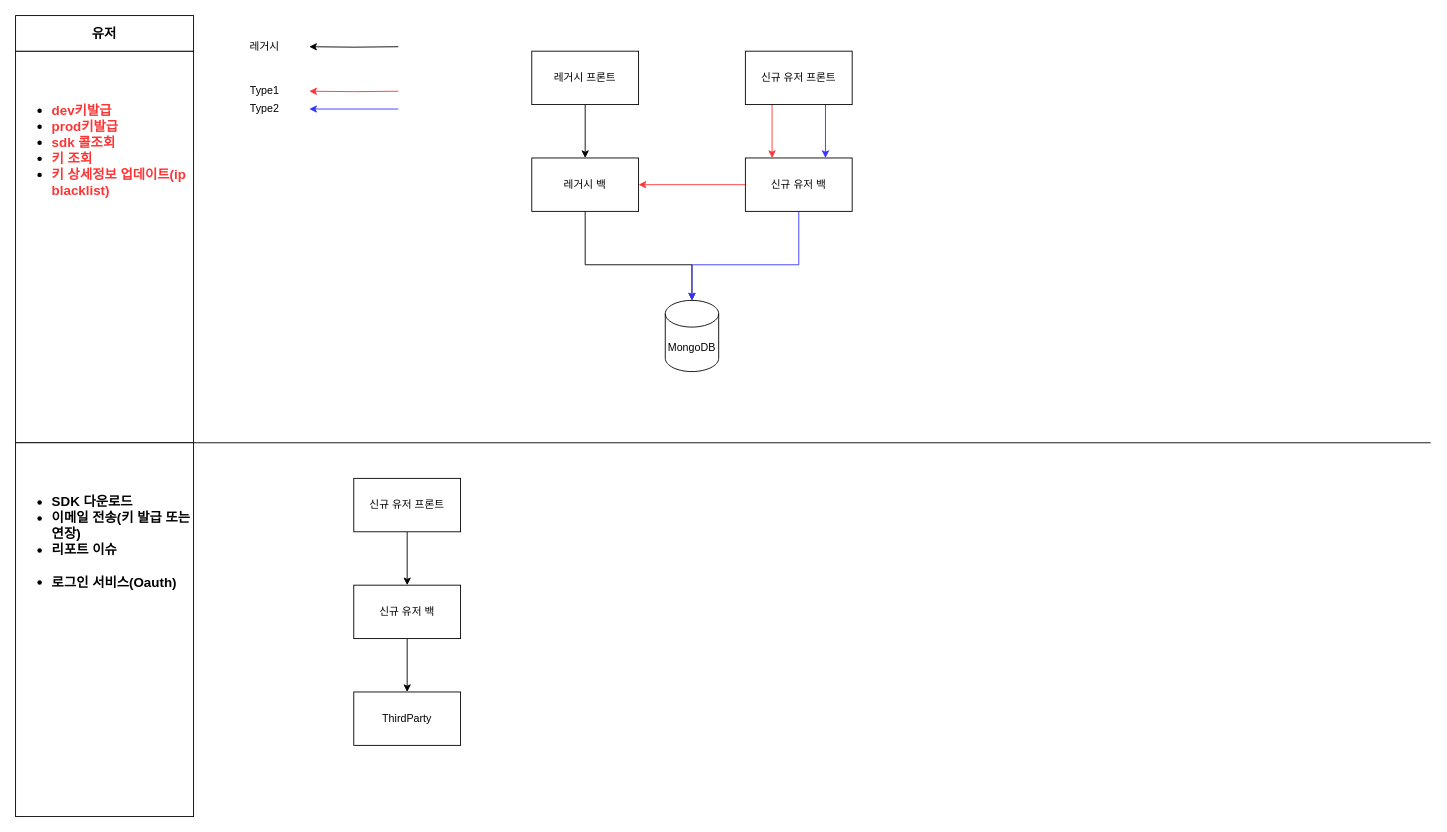
Before: Untitled Diagram.drawio in code-xhyun/draw.io, a draw.io diagram. Source tidied: cells renumbered, new cells numbered last; positions are measured from the earlier drawing's top-left corner, leaving out a move shared by most shapes. Both pictures are drawn from the tidied source at 89%, with x=0, y=0 at pixel (15, 15).
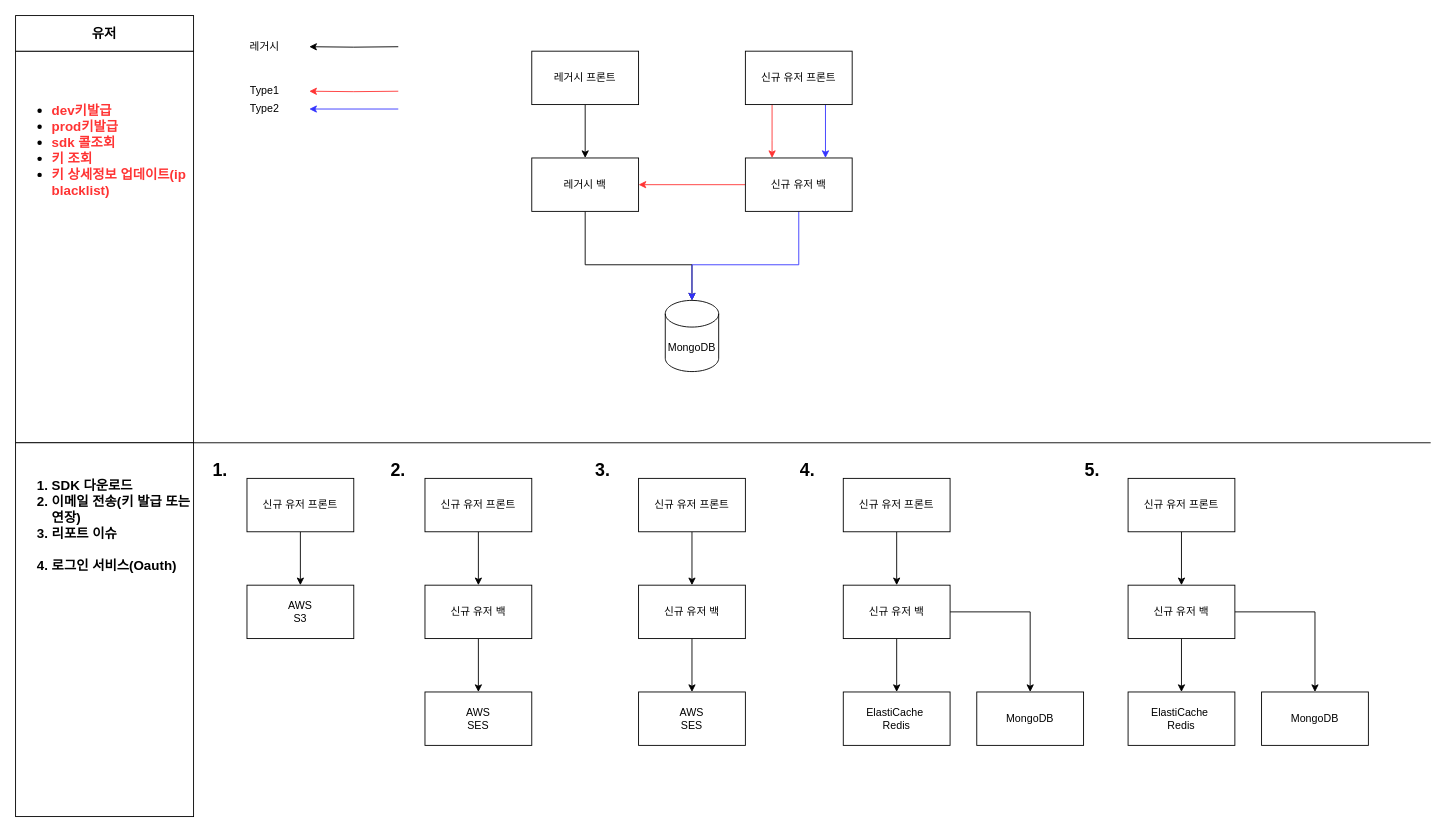
Above is the later version.

Diff of the diagram source:
```diff
@@
-    <mxCell id="14" value="&lt;div style=&quot;text-align: left ; font-size: 15px&quot;&gt;&lt;br class=&quot;Apple-interchange-newline&quot; style=&quot;font-size: 15px&quot;&gt;&lt;br style=&quot;font-size: 15px&quot;&gt;&lt;/div&gt;&lt;div style=&quot;text-align: left ; font-size: 15px&quot;&gt;&lt;ul style=&quot;font-size: 15px&quot;&gt;&lt;li style=&quot;font-size: 15px&quot;&gt;SDK 다운로드&lt;/li&gt;&lt;li style=&quot;font-size: 15px&quot;&gt;이메일 전송(키 발급 또는 연장)&lt;/li&gt;&lt;li style=&quot;font-size: 15px&quot;&gt;리포트 이슈&lt;br&gt;&lt;br&gt;&lt;/li&gt;&lt;li style=&quot;font-size: 15px&quot;&gt;로그인 서비스(Oauth)&lt;/li&gt;&lt;/ul&gt;&lt;/div&gt;" style="text;html=1;align=center;verticalAlign=top;whiteSpace=wrap;rounded=0;strokeColor=#000000;fillColor=#ffffff;fontStyle=1;fontSize=15;" parent="1" vertex="1">
+    <mxCell id="14" value="&lt;div style=&quot;text-align: left ; font-size: 15px&quot;&gt;&lt;div&gt;&lt;br&gt;&lt;/div&gt;&lt;/div&gt;&lt;div style=&quot;text-align: left ; font-size: 15px&quot;&gt;&lt;ol&gt;&lt;li style=&quot;font-size: 15px&quot;&gt;SDK 다운로드&lt;/li&gt;&lt;li style=&quot;font-size: 15px&quot;&gt;이메일 전송(키 발급 또는 연장)&lt;/li&gt;&lt;li style=&quot;font-size: 15px&quot;&gt;리포트 이슈&lt;br&gt;&lt;br&gt;&lt;/li&gt;&lt;li&gt;로그인 서비스(Oauth)&lt;/li&gt;&lt;/ol&gt;&lt;/div&gt;" style="text;html=1;align=center;verticalAlign=top;whiteSpace=wrap;rounded=0;strokeColor=#000000;fillColor=#ffffff;fontStyle=1;fontSize=15;" parent="1" vertex="1">
       <mxGeometry y="480" width="200" height="420" as="geometry" />
     </mxCell>
@@
-    <mxCell id="24" style="edgeStyle=orthogonalEdgeStyle;rounded=0;jettySize=auto;html=1;entryX=0.5;entryY=0;entryDx=0;entryDy=0;fontSize=15;strokeColor=#000000;" parent="1" edge="1" source="25" target="27">
-      <mxGeometry relative="1" as="geometry" />
-    </mxCell>
+    <mxCell id="29" style="edgeStyle=orthogonalEdgeStyle;rounded=0;jettySize=auto;html=1;" parent="1" edge="1" source="25" target="28">
+      <mxGeometry relative="1" as="geometry" />
+    </mxCell>
     <mxCell id="25" value="신규 유저 프론트" style="rounded=0;whiteSpace=wrap;html=1;" parent="1" vertex="1">
-      <mxGeometry x="380" y="520" width="120" height="60" as="geometry" />
+      <mxGeometry x="260" y="520" width="120" height="60" as="geometry" />
     </mxCell>
-    <mxCell id="26" style="edgeStyle=orthogonalEdgeStyle;rounded=0;jettySize=auto;html=1;fontSize=15;strokeColor=#000000;" parent="1" edge="1" source="27" target="28">
-      <mxGeometry relative="1" as="geometry" />
-    </mxCell>
-    <mxCell id="27" value="신규 유저 백" style="rounded=0;whiteSpace=wrap;html=1;" parent="1" vertex="1">
-      <mxGeometry x="380" y="640" width="120" height="60" as="geometry" />
-    </mxCell>
-    <mxCell id="28" value="ThirdParty" style="rounded=0;whiteSpace=wrap;html=1;" parent="1" vertex="1">
-      <mxGeometry x="380" y="760" width="120" height="60" as="geometry" />
+    <mxCell id="28" value="AWS&lt;br&gt;S3" style="rounded=0;whiteSpace=wrap;html=1;" parent="1" vertex="1">
+      <mxGeometry x="260" y="640" width="120" height="60" as="geometry" />
     </mxCell>
+    <mxCell id="30" style="edgeStyle=orthogonalEdgeStyle;rounded=0;orthogonalLoop=1;jettySize=auto;html=1;entryX=0.5;entryY=0;entryDx=0;entryDy=0;fontSize=15;strokeColor=#000000;" parent="1" edge="1">
+      <mxGeometry relative="1" as="geometry">
+        <mxPoint x="840" y="570" as="sourcePoint" />
+      </mxGeometry>
+    </mxCell>
+    <mxCell id="31" style="edgeStyle=orthogonalEdgeStyle;rounded=0;orthogonalLoop=1;jettySize=auto;html=1;fontSize=15;strokeColor=#000000;" parent="1" edge="1">
+      <mxGeometry relative="1" as="geometry">
+        <mxPoint x="840" y="690" as="sourcePoint" />
+      </mxGeometry>
+    </mxCell>
+    <mxCell id="32" value="1." style="text;html=1;strokeColor=none;fillColor=none;align=center;verticalAlign=middle;whiteSpace=wrap;rounded=0;fontSize=20;fontStyle=1;" parent="1" vertex="1">
+      <mxGeometry x="210" y="500" width="40" height="20" as="geometry" />
+    </mxCell>
+    <mxCell id="33" style="edgeStyle=orthogonalEdgeStyle;rounded=0;jettySize=auto;html=1;fontSize=20;" parent="1" edge="1" source="34" target="38">
+      <mxGeometry relative="1" as="geometry" />
+    </mxCell>
+    <mxCell id="34" value="신규 유저 프론트" style="rounded=0;whiteSpace=wrap;html=1;" parent="1" vertex="1">
+      <mxGeometry x="460" y="520" width="120" height="60" as="geometry" />
+    </mxCell>
+    <mxCell id="35" value="AWS&lt;br&gt;SES" style="rounded=0;whiteSpace=wrap;html=1;" parent="1" vertex="1">
+      <mxGeometry x="460" y="760" width="120" height="60" as="geometry" />
+    </mxCell>
+    <mxCell id="36" value="2." style="text;html=1;strokeColor=none;fillColor=none;align=center;verticalAlign=middle;whiteSpace=wrap;rounded=0;fontSize=20;fontStyle=1;" parent="1" vertex="1">
+      <mxGeometry x="410" y="500" width="40" height="20" as="geometry" />
+    </mxCell>
+    <mxCell id="37" style="edgeStyle=orthogonalEdgeStyle;rounded=0;jettySize=auto;html=1;fontSize=20;" parent="1" edge="1" source="38" target="35">
+      <mxGeometry relative="1" as="geometry" />
+    </mxCell>
+    <mxCell id="38" value="신규 유저 백" style="rounded=0;whiteSpace=wrap;html=1;" parent="1" vertex="1">
+      <mxGeometry x="460" y="640" width="120" height="60" as="geometry" />
+    </mxCell>
+    <mxCell id="39" value="3." style="text;html=1;strokeColor=none;fillColor=none;align=center;verticalAlign=middle;whiteSpace=wrap;rounded=0;fontSize=20;fontStyle=1;" parent="1" vertex="1">
+      <mxGeometry x="640" y="500" width="40" height="20" as="geometry" />
+    </mxCell>
+    <mxCell id="40" style="edgeStyle=orthogonalEdgeStyle;rounded=0;jettySize=auto;html=1;fontSize=20;" parent="1" edge="1" source="41" target="44">
+      <mxGeometry relative="1" as="geometry" />
+    </mxCell>
+    <mxCell id="41" value="신규 유저 프론트" style="rounded=0;whiteSpace=wrap;html=1;" parent="1" vertex="1">
+      <mxGeometry x="700" y="520" width="120" height="60" as="geometry" />
+    </mxCell>
+    <mxCell id="42" value="AWS&lt;br&gt;SES" style="rounded=0;whiteSpace=wrap;html=1;" parent="1" vertex="1">
+      <mxGeometry x="700" y="760" width="120" height="60" as="geometry" />
+    </mxCell>
+    <mxCell id="43" style="edgeStyle=orthogonalEdgeStyle;rounded=0;jettySize=auto;html=1;fontSize=20;" parent="1" edge="1" source="44" target="42">
+      <mxGeometry relative="1" as="geometry" />
+    </mxCell>
+    <mxCell id="44" value="신규 유저 백" style="rounded=0;whiteSpace=wrap;html=1;" parent="1" vertex="1">
+      <mxGeometry x="700" y="640" width="120" height="60" as="geometry" />
+    </mxCell>
+    <mxCell id="45" value="4." style="text;html=1;strokeColor=none;fillColor=none;align=center;verticalAlign=middle;whiteSpace=wrap;rounded=0;fontSize=20;fontStyle=1;" parent="1" vertex="1">
+      <mxGeometry x="870" y="500" width="40" height="20" as="geometry" />
+    </mxCell>
+    <mxCell id="46" style="edgeStyle=orthogonalEdgeStyle;rounded=0;jettySize=auto;html=1;fontSize=20;" parent="1" edge="1" source="47" target="51">
+      <mxGeometry relative="1" as="geometry" />
+    </mxCell>
+    <mxCell id="47" value="신규 유저 프론트" style="rounded=0;whiteSpace=wrap;html=1;" parent="1" vertex="1">
+      <mxGeometry x="930" y="520" width="120" height="60" as="geometry" />
+    </mxCell>
+    <mxCell id="48" value="ElastiCache&amp;nbsp;&lt;br&gt;Redis" style="rounded=0;whiteSpace=wrap;html=1;" parent="1" vertex="1">
+      <mxGeometry x="930" y="760" width="120" height="60" as="geometry" />
+    </mxCell>
+    <mxCell id="49" style="edgeStyle=orthogonalEdgeStyle;rounded=0;jettySize=auto;html=1;fontSize=20;" parent="1" edge="1" source="51" target="48">
+      <mxGeometry relative="1" as="geometry" />
+    </mxCell>
+    <mxCell id="50" style="edgeStyle=orthogonalEdgeStyle;rounded=0;jettySize=auto;html=1;fontSize=20;" parent="1" edge="1" source="51" target="52">
+      <mxGeometry relative="1" as="geometry" />
+    </mxCell>
+    <mxCell id="51" value="신규 유저 백" style="rounded=0;whiteSpace=wrap;html=1;" parent="1" vertex="1">
+      <mxGeometry x="930" y="640" width="120" height="60" as="geometry" />
+    </mxCell>
+    <mxCell id="52" value="MongoDB" style="rounded=0;whiteSpace=wrap;html=1;" parent="1" vertex="1">
+      <mxGeometry x="1080" y="760" width="120" height="60" as="geometry" />
+    </mxCell>
+    <mxCell id="53" value="5." style="text;html=1;strokeColor=none;fillColor=none;align=center;verticalAlign=middle;whiteSpace=wrap;rounded=0;fontSize=20;fontStyle=1;" parent="1" vertex="1">
+      <mxGeometry x="1190" y="500" width="40" height="20" as="geometry" />
+    </mxCell>
+    <mxCell id="54" style="edgeStyle=orthogonalEdgeStyle;rounded=0;jettySize=auto;html=1;fontSize=20;" parent="1" edge="1" source="55" target="59">
+      <mxGeometry relative="1" as="geometry" />
+    </mxCell>
+    <mxCell id="55" value="신규 유저 프론트" style="rounded=0;whiteSpace=wrap;html=1;" parent="1" vertex="1">
+      <mxGeometry x="1250" y="520" width="120" height="60" as="geometry" />
+    </mxCell>
+    <mxCell id="56" value="ElastiCache&amp;nbsp;&lt;br&gt;Redis" style="rounded=0;whiteSpace=wrap;html=1;" parent="1" vertex="1">
+      <mxGeometry x="1250" y="760" width="120" height="60" as="geometry" />
+    </mxCell>
+    <mxCell id="57" style="edgeStyle=orthogonalEdgeStyle;rounded=0;jettySize=auto;html=1;fontSize=20;" parent="1" edge="1" source="59" target="56">
+      <mxGeometry relative="1" as="geometry" />
+    </mxCell>
+    <mxCell id="58" style="edgeStyle=orthogonalEdgeStyle;rounded=0;jettySize=auto;html=1;fontSize=20;" parent="1" edge="1" source="59" target="60">
+      <mxGeometry relative="1" as="geometry" />
+    </mxCell>
+    <mxCell id="59" value="신규 유저 백" style="rounded=0;whiteSpace=wrap;html=1;" parent="1" vertex="1">
+      <mxGeometry x="1250" y="640" width="120" height="60" as="geometry" />
+    </mxCell>
+    <mxCell id="60" value="MongoDB" style="rounded=0;whiteSpace=wrap;html=1;" parent="1" vertex="1">
+      <mxGeometry x="1400" y="760" width="120" height="60" as="geometry" />
+    </mxCell>
```
